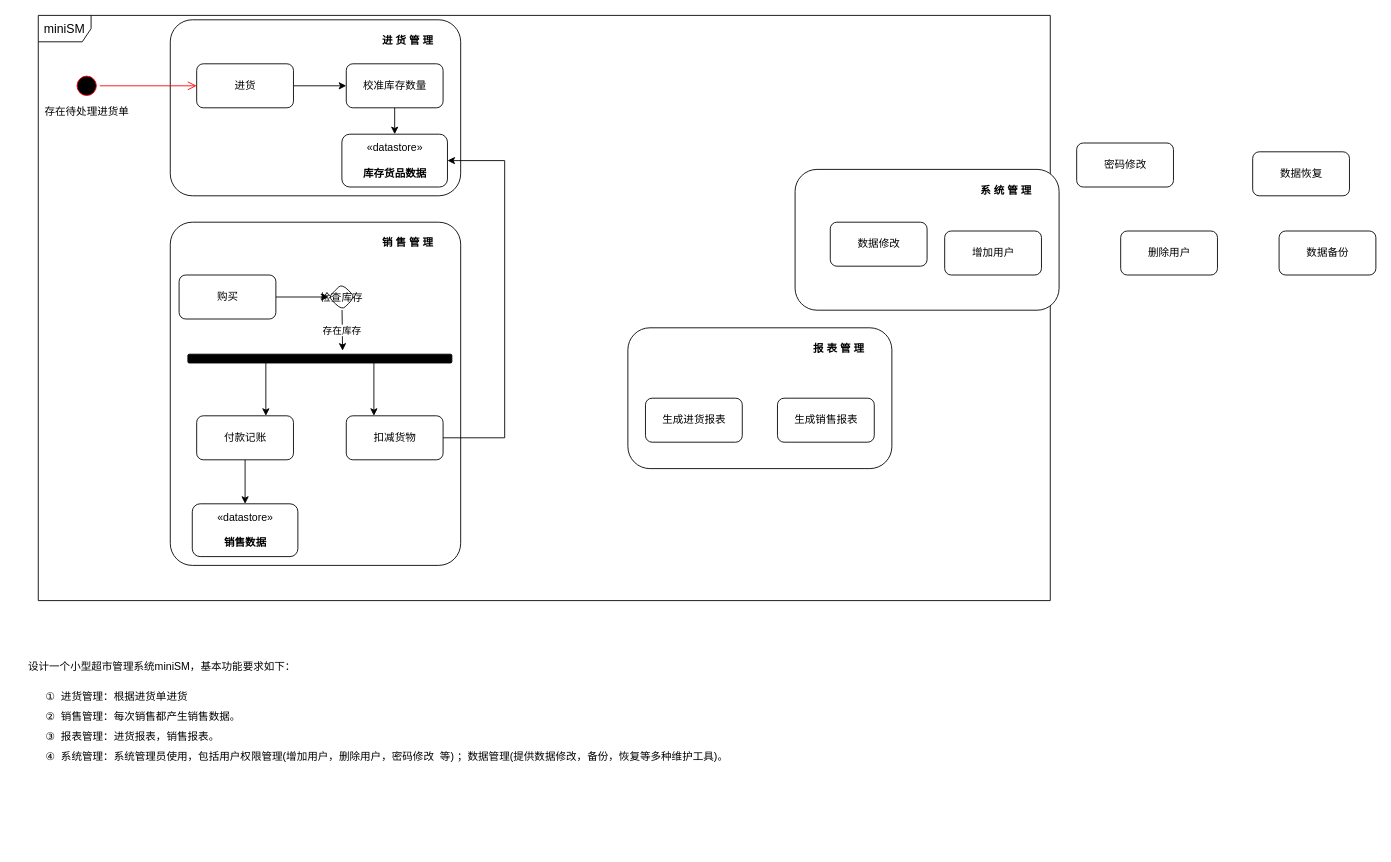
uiosun/diagrams keeps this draw.io diagram as page "第 5 页" (5 of 5) of 结构分析.drawio. Above is the earlier version. Source tidied: cells renumbered, new cells numbered last; positions are measured from the earlier drawing's top-left corner, leaving out a move shared by most shapes. Both pictures are drawn from the tidied source at 88%, with x=0, y=0 at pixel (15, 15).
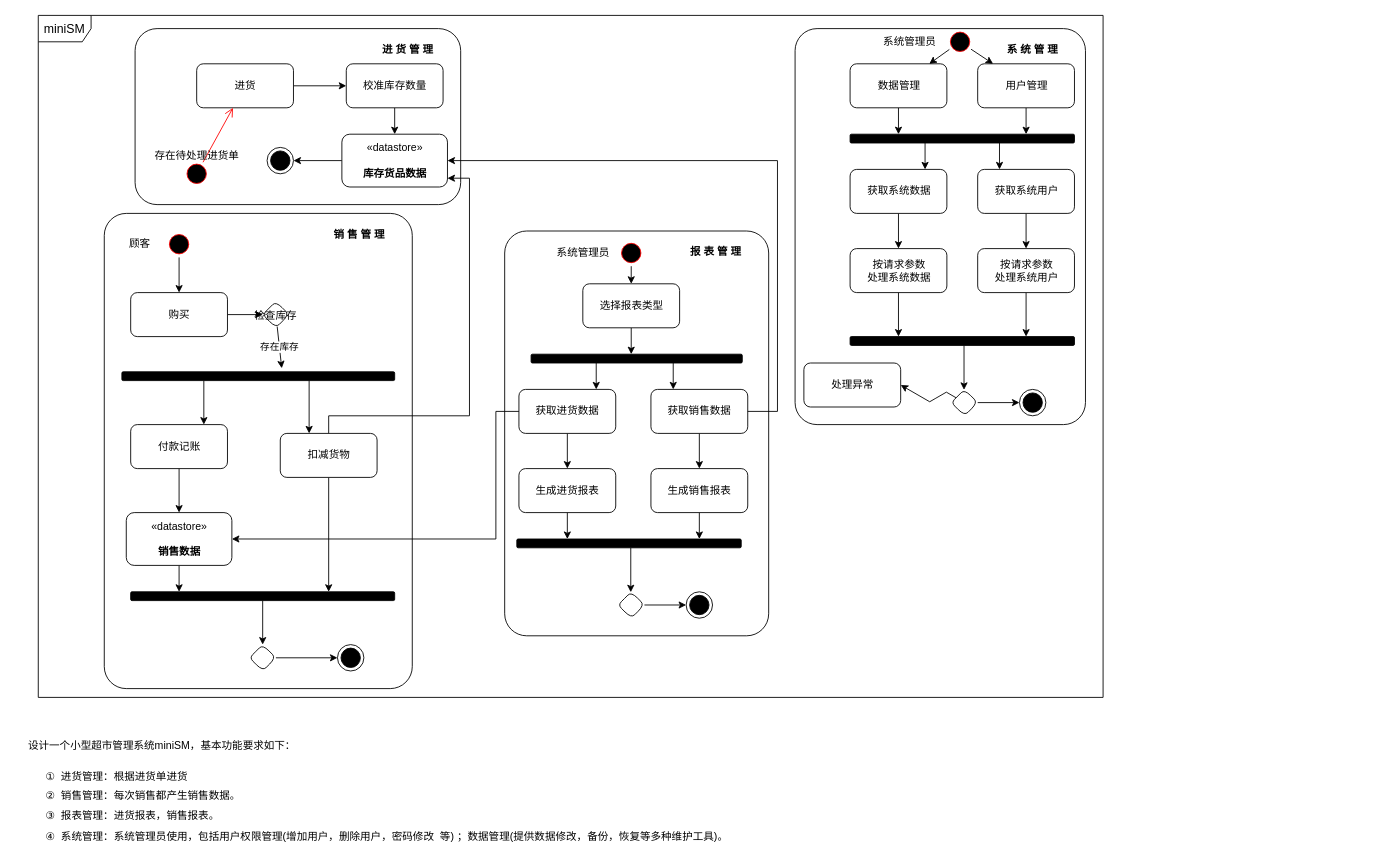
Above is the later version.

Commit message:
更新结构分析.drawio

The change refers to these unchanged cells:
```xml
<mxCell id="12" value="进货" style="html=1;rounded=1;" parent="1" vertex="1">
  <mxGeometry x="206" y="55" width="110" height="50" as="geometry" />
</mxCell>
<mxCell id="20" value="«datastore»&lt;br&gt;&lt;br&gt;&lt;b&gt;库存货品数据&lt;/b&gt;" style="html=1;align=center;verticalAlign=middle;dashed=0;rounded=1;" parent="1" vertex="1">
  <mxGeometry x="371" y="135" width="120" height="60" as="geometry" />
</mxCell>
```

What changed in the source:
```diff
@@
     <mxCell id="2" value="&lt;span style=&quot;font-size:10.5pt;font-family:&lt;br/&gt;&amp;quot;Times New Roman&amp;quot;,serif;mso-fareast-font-family:宋体;mso-font-kerning:1.0pt;&lt;br/&gt;mso-ansi-language:EN-US;mso-fareast-language:ZH-CN;mso-bidi-language:AR-SA&quot; lang=&quot;EN-US&quot;&gt;miniSM&lt;/span&gt;" style="shape=umlFrame;whiteSpace=wrap;html=1;" parent="1" vertex="1">
-      <mxGeometry x="26" width="1150" height="665" as="geometry" />
+      <mxGeometry x="26" width="1210" height="775" as="geometry" />
     </mxCell>
     <mxCell id="3" value="&lt;p style=&quot;text-align: left; line-height: 70%;&quot; class=&quot;MsoNormal&quot;&gt;&lt;span&gt;设计一个小型超市管理系统&lt;/span&gt;&lt;span lang=&quot;EN-US&quot;&gt;miniSM&lt;/span&gt;&lt;span&gt;，基本功能要求如下：&lt;/span&gt;&lt;/p&gt;&lt;br&gt;&lt;p style=&quot;text-align: left; margin: 0cm -17.95pt 0.0001pt 15pt; line-height: 70%;&quot; class=&quot;MsoNormal&quot;&gt;&lt;span&gt;①&lt;span lang=&quot;EN-US&quot;&gt;&amp;nbsp; &lt;/span&gt;进货管理：根据进货单进货&lt;/span&gt;&lt;/p&gt;&lt;br&gt;&lt;p style=&quot;text-align: left; margin: 0cm -17.95pt 0.0001pt 15pt; line-height: 70%;&quot; class=&quot;MsoNormal&quot;&gt;&lt;span&gt;②&lt;span lang=&quot;EN-US&quot;&gt;&amp;nbsp; &lt;/span&gt;销售管理：每次销售都产生销售数据。&lt;span lang=&quot;EN-US&quot;&gt;&lt;/span&gt;&lt;/span&gt;&lt;/p&gt;&lt;br&gt;&lt;p style=&quot;text-align: left; margin: 0cm -17.95pt 0.0001pt 15pt; line-height: 70%;&quot; class=&quot;MsoNormal&quot;&gt;&lt;span&gt;③&lt;span lang=&quot;EN-US&quot;&gt;&amp;nbsp; &lt;/span&gt;报表管理：进货报表，销售报表。&lt;span lang=&quot;EN-US&quot;&gt;&lt;/span&gt;&lt;/span&gt;&lt;/p&gt;&lt;br&gt;&lt;p style=&quot;text-align: left; margin: 0cm -17.95pt 0.0001pt 15pt; line-height: 70%;&quot; class=&quot;MsoNormal&quot;&gt;&lt;span&gt;④&lt;span lang=&quot;EN-US&quot;&gt;&amp;nbsp; &lt;/span&gt;系统管理：系统管理员使用，包括用户权限管理&lt;span lang=&quot;EN-US&quot;&gt;(&lt;/span&gt;增加用户，删除用户，密码修改&lt;span lang=&quot;EN-US&quot;&gt;&amp;nbsp; &lt;/span&gt;等&lt;span lang=&quot;EN-US&quot;&gt;) &lt;/span&gt;；数据管理&lt;span lang=&quot;EN-US&quot;&gt;(&lt;/span&gt;提供数据修改，备份，恢复等多种维护工具&lt;span lang=&quot;EN-US&quot;&gt;)&lt;/span&gt;。&lt;/span&gt;&lt;/p&gt;" style="text;html=1;align=center;verticalAlign=middle;strokeColor=none;fillColor=none;" parent="1" vertex="1">
-      <mxGeometry y="715" width="800" height="140" as="geometry" />
+      <mxGeometry y="805" width="800" height="140" as="geometry" />
     </mxCell>
-    <mxCell id="4" style="ellipse;html=1;shape=startState;fillColor=#000000;strokeColor=#ff0000;" parent="1" vertex="1">
-      <mxGeometry x="66" y="65" width="30" height="30" as="geometry" />
-    </mxCell>
-    <mxCell id="5" value="存在待处理进货单" style="text;html=1;align=center;verticalAlign=middle;strokeColor=none;fillColor=none;" parent="1" vertex="1">
-      <mxGeometry x="21" y="95" width="120" height="30" as="geometry" />
-    </mxCell>
     <mxCell id="6" value="&lt;span style=&quot;font-weight: 700; text-align: center;&quot;&gt;系 统 管 理&lt;/span&gt;" style="html=1;align=right;verticalAlign=top;rounded=1;absoluteArcSize=1;arcSize=50;dashed=0;spacingTop=10;spacingRight=30;" parent="1" vertex="1">
-      <mxGeometry x="886" y="175" width="300" height="160" as="geometry" />
+      <mxGeometry x="886" y="15" width="330" height="450" as="geometry" />
     </mxCell>
     <mxCell id="7" value="&lt;span style=&quot;font-weight: 700; text-align: center;&quot;&gt;报 表 管 理&lt;/span&gt;" style="html=1;align=right;verticalAlign=top;rounded=1;absoluteArcSize=1;arcSize=50;dashed=0;spacingTop=10;spacingRight=30;" parent="1" vertex="1">
-      <mxGeometry x="696" y="355" width="300" height="160" as="geometry" />
+      <mxGeometry x="556" y="245" width="300" height="460" as="geometry" />
     </mxCell>
+    <mxCell id="36" style="edgeStyle=none;rounded=0;jettySize=auto;html=1;" parent="1" edge="1" source="8" target="60">
+      <mxGeometry relative="1" as="geometry" />
+    </mxCell>
-    <mxCell id="8" value="生成进货报表" style="html=1;rounded=1;" parent="1" vertex="1">
-      <mxGeometry x="716" y="435" width="110" height="50" as="geometry" />
+    <mxCell id="8" value="获取进货数据" style="html=1;rounded=1;" parent="1" vertex="1">
+      <mxGeometry x="572.2" y="425" width="110" height="50" as="geometry" />
     </mxCell>
+    <mxCell id="37" style="edgeStyle=none;rounded=0;jettySize=auto;html=1;" parent="1" edge="1" source="9" target="62">
+      <mxGeometry relative="1" as="geometry" />
+    </mxCell>
-    <mxCell id="9" value="生成销售报表" style="html=1;rounded=1;" parent="1" vertex="1">
-      <mxGeometry x="866" y="435" width="110" height="50" as="geometry" />
+    <mxCell id="9" value="获取销售数据" style="html=1;rounded=1;" parent="1" vertex="1">
+      <mxGeometry x="722.2" y="425" width="110" height="50" as="geometry" />
     </mxCell>
     <mxCell id="10" value="&lt;span style=&quot;font-weight: 700; text-align: center;&quot;&gt;进 货 管 理&lt;/span&gt;" style="html=1;align=right;verticalAlign=top;rounded=1;absoluteArcSize=1;arcSize=50;dashed=0;spacingTop=10;spacingRight=30;" parent="1" vertex="1">
-      <mxGeometry x="176" y="5" width="330" height="200" as="geometry" />
+      <mxGeometry x="136" y="15" width="370" height="200" as="geometry" />
     </mxCell>
@@
-    <mxCell id="13" style="edgeStyle=orthogonalEdgeStyle;html=1;verticalAlign=bottom;endArrow=open;endSize=8;strokeColor=#ff0000;rounded=0;" parent="1" edge="1" source="4" target="12">
+    <mxCell id="13" style="html=1;verticalAlign=bottom;endArrow=open;endSize=8;strokeColor=#ff0000;rounded=0;" parent="1" edge="1" source="4" target="12">
       <mxGeometry relative="1" as="geometry" />
     </mxCell>
@@
     <mxCell id="16" value="&lt;span style=&quot;font-weight: 700; text-align: center;&quot;&gt;销 售 管 理&lt;/span&gt;" style="html=1;align=right;verticalAlign=top;rounded=1;absoluteArcSize=1;arcSize=50;dashed=0;spacingTop=10;spacingRight=30;" parent="1" vertex="1">
-      <mxGeometry x="176" y="235" width="330" height="390" as="geometry" />
+      <mxGeometry x="101" y="225" width="350" height="540" as="geometry" />
     </mxCell>
@@
     <mxCell id="18" value="购买" style="html=1;rounded=1;" parent="1" vertex="1">
-      <mxGeometry x="186" y="295" width="110" height="50" as="geometry" />
+      <mxGeometry x="131" y="315" width="110" height="50" as="geometry" />
     </mxCell>
+    <mxCell id="38" style="edgeStyle=none;rounded=0;jettySize=auto;html=1;" parent="1" edge="1" source="19" target="45">
+      <mxGeometry relative="1" as="geometry" />
+    </mxCell>
     <mxCell id="19" value="«datastore»&lt;br&gt;&lt;br&gt;&lt;b&gt;销售数据&lt;/b&gt;" style="html=1;align=center;verticalAlign=middle;dashed=0;rounded=1;" parent="1" vertex="1">
-      <mxGeometry x="201" y="555" width="120" height="60" as="geometry" />
+      <mxGeometry x="126" y="565" width="120" height="60" as="geometry" />
     </mxCell>
+    <mxCell id="39" style="edgeStyle=none;rounded=0;jettySize=auto;html=1;" parent="1" edge="1" source="20" target="48">
+      <mxGeometry relative="1" as="geometry" />
+    </mxCell>
@@
+    <mxCell id="40" style="rounded=0;jettySize=auto;html=1;" parent="1" edge="1" source="21" target="67">
+      <mxGeometry relative="1" as="geometry" />
+    </mxCell>
-    <mxCell id="21" value="数据修改" style="html=1;rounded=1;" parent="1" vertex="1">
-      <mxGeometry x="926" y="235" width="110" height="50" as="geometry" />
+    <mxCell id="21" value="数据管理" style="html=1;rounded=1;" parent="1" vertex="1">
+      <mxGeometry x="948.5" y="55" width="110" height="50" as="geometry" />
     </mxCell>
+    <mxCell id="41" style="edgeStyle=none;rounded=0;jettySize=auto;html=1;" parent="1" edge="1" source="22" target="67">
+      <mxGeometry relative="1" as="geometry" />
+    </mxCell>
-    <mxCell id="22" value="增加用户" style="html=1;rounded=1;" parent="1" vertex="1">
-      <mxGeometry x="1056" y="245" width="110" height="50" as="geometry" />
+    <mxCell id="22" value="用户管理" style="html=1;rounded=1;" parent="1" vertex="1">
+      <mxGeometry x="1093.5" y="55" width="110" height="50" as="geometry" />
     </mxCell>
-    <mxCell id="23" value="删除用户" style="html=1;rounded=1;" parent="1" vertex="1">
-      <mxGeometry x="1256" y="245" width="110" height="50" as="geometry" />
-    </mxCell>
-    <mxCell id="24" value="密码修改" style="html=1;rounded=1;" parent="1" vertex="1">
-      <mxGeometry x="1206" y="145" width="110" height="50" as="geometry" />
-    </mxCell>
-    <mxCell id="25" value="数据备份" style="html=1;rounded=1;" parent="1" vertex="1">
-      <mxGeometry x="1436" y="245" width="110" height="50" as="geometry" />
-    </mxCell>
-    <mxCell id="26" value="数据恢复" style="html=1;rounded=1;" parent="1" vertex="1">
-      <mxGeometry x="1406" y="155" width="110" height="50" as="geometry" />
-    </mxCell>
@@
     <mxCell id="28" value="检查库存" style="rhombus;rounded=1;" parent="1" vertex="1">
-      <mxGeometry x="356" y="305" width="30" height="30" as="geometry" />
+      <mxGeometry x="281" y="325" width="30" height="30" as="geometry" />
     </mxCell>
     <mxCell id="29" style="edgeStyle=orthogonalEdgeStyle;rounded=0;jettySize=auto;html=1;" parent="1" edge="1" source="30" target="20">
       <mxGeometry relative="1" as="geometry">
         <Array as="points">
-          <mxPoint x="556" y="480" />
-          <mxPoint x="556" y="165" />
+          <mxPoint x="356" y="455" />
+          <mxPoint x="516" y="455" />
+          <mxPoint x="516" y="185" />
         </Array>
       </mxGeometry>
     </mxCell>
+    <mxCell id="42" style="edgeStyle=none;rounded=0;jettySize=auto;html=1;" parent="1" edge="1" source="30" target="45">
+      <mxGeometry relative="1" as="geometry" />
+    </mxCell>
     <mxCell id="30" value="扣减货物" style="html=1;rounded=1;" parent="1" vertex="1">
-      <mxGeometry x="376" y="455" width="110" height="50" as="geometry" />
+      <mxGeometry x="301" y="475" width="110" height="50" as="geometry" />
     </mxCell>
@@
     <mxCell id="32" value="付款记账" style="html=1;rounded=1;" parent="1" vertex="1">
-      <mxGeometry x="206" y="455" width="110" height="50" as="geometry" />
+      <mxGeometry x="131" y="465" width="110" height="50" as="geometry" />
     </mxCell>
@@
     <mxCell id="35" style="html=1;points=[];perimeter=orthogonalPerimeter;fillColor=strokeColor;rounded=1;direction=south;" parent="1" vertex="1">
-      <mxGeometry x="196" y="385" width="300" height="10" as="geometry" />
+      <mxGeometry x="121" y="405" width="310" height="10" as="geometry" />
     </mxCell>
+    <mxCell id="43" style="ellipse;html=1;shape=endState;fillColor=strokeColor;rounded=1;" parent="1" vertex="1">
+      <mxGeometry x="366" y="715" width="30" height="30" as="geometry" />
+    </mxCell>
+    <mxCell id="44" style="edgeStyle=none;rounded=0;jettySize=auto;html=1;" parent="1" edge="1" source="45" target="47">
+      <mxGeometry relative="1" as="geometry" />
+    </mxCell>
+    <mxCell id="45" style="html=1;points=[];perimeter=orthogonalPerimeter;fillColor=strokeColor;rounded=1;direction=south;" parent="1" vertex="1">
+      <mxGeometry x="131" y="655" width="300" height="10" as="geometry" />
+    </mxCell>
+    <mxCell id="46" style="edgeStyle=none;rounded=0;jettySize=auto;html=1;" parent="1" edge="1" source="47" target="43">
+      <mxGeometry relative="1" as="geometry" />
+    </mxCell>
+    <mxCell id="47" style="rhombus;rounded=1;" parent="1" vertex="1">
+      <mxGeometry x="266" y="715" width="30" height="30" as="geometry" />
+    </mxCell>
+    <mxCell id="48" style="ellipse;html=1;shape=endState;fillColor=strokeColor;rounded=1;" parent="1" vertex="1">
+      <mxGeometry x="286" y="150" width="30" height="30" as="geometry" />
+    </mxCell>
+    <mxCell id="4" style="ellipse;html=1;shape=startState;fillColor=#000000;strokeColor=#ff0000;" parent="1" vertex="1">
+      <mxGeometry x="191" y="165" width="30" height="30" as="geometry" />
+    </mxCell>
+    <mxCell id="5" value="存在待处理进货单" style="text;html=1;align=center;verticalAlign=middle;strokeColor=none;fillColor=none;" parent="1" vertex="1">
+      <mxGeometry x="146" y="145" width="120" height="30" as="geometry" />
+    </mxCell>
+    <mxCell id="49" style="edgeStyle=none;rounded=0;jettySize=auto;html=1;" parent="1" edge="1" source="50" target="52">
+      <mxGeometry relative="1" as="geometry" />
+    </mxCell>
+    <mxCell id="50" style="ellipse;html=1;shape=startState;fillColor=#000000;strokeColor=#ff0000;" parent="1" vertex="1">
+      <mxGeometry x="684.8" y="255" width="30" height="30" as="geometry" />
+    </mxCell>
+    <mxCell id="51" style="edgeStyle=none;rounded=0;jettySize=auto;html=1;" parent="1" edge="1" source="52" target="55">
+      <mxGeometry relative="1" as="geometry" />
+    </mxCell>
+    <mxCell id="52" value="选择报表类型" style="html=1;rounded=1;" parent="1" vertex="1">
+      <mxGeometry x="644.8" y="305" width="110" height="50" as="geometry" />
+    </mxCell>
+    <mxCell id="53" style="edgeStyle=none;rounded=0;jettySize=auto;html=1;" parent="1" edge="1" source="55" target="8">
+      <mxGeometry relative="1" as="geometry" />
+    </mxCell>
+    <mxCell id="54" style="edgeStyle=none;rounded=0;jettySize=auto;html=1;" parent="1" edge="1" source="55" target="9">
+      <mxGeometry relative="1" as="geometry" />
+    </mxCell>
+    <mxCell id="55" style="html=1;points=[];perimeter=orthogonalPerimeter;fillColor=strokeColor;rounded=1;direction=south;" parent="1" vertex="1">
+      <mxGeometry x="586" y="385" width="240" height="10" as="geometry" />
+    </mxCell>
+    <mxCell id="56" style="ellipse;html=1;shape=endState;fillColor=strokeColor;rounded=1;" parent="1" vertex="1">
+      <mxGeometry x="762.2" y="655" width="30" height="30" as="geometry" />
+    </mxCell>
+    <mxCell id="57" style="edgeStyle=none;rounded=0;jettySize=auto;html=1;" parent="1" edge="1" source="58" target="77">
+      <mxGeometry relative="1" as="geometry" />
+    </mxCell>
+    <mxCell id="58" style="html=1;points=[];perimeter=orthogonalPerimeter;fillColor=strokeColor;rounded=1;direction=south;" parent="1" vertex="1">
+      <mxGeometry x="569.8" y="595" width="255" height="10" as="geometry" />
+    </mxCell>
+    <mxCell id="59" style="edgeStyle=none;rounded=0;jettySize=auto;html=1;" parent="1" edge="1" source="60" target="58">
+      <mxGeometry relative="1" as="geometry" />
+    </mxCell>
+    <mxCell id="60" value="生成进货报表" style="html=1;rounded=1;" parent="1" vertex="1">
+      <mxGeometry x="572.2" y="515" width="110" height="50" as="geometry" />
+    </mxCell>
+    <mxCell id="61" style="edgeStyle=none;rounded=0;jettySize=auto;html=1;" parent="1" edge="1" source="62" target="58">
+      <mxGeometry relative="1" as="geometry" />
+    </mxCell>
+    <mxCell id="62" value="生成销售报表" style="html=1;rounded=1;" parent="1" vertex="1">
+      <mxGeometry x="722.2" y="515" width="110" height="50" as="geometry" />
+    </mxCell>
+    <mxCell id="63" style="edgeStyle=orthogonalEdgeStyle;rounded=0;jettySize=auto;html=1;" parent="1" edge="1" source="8" target="19">
+      <mxGeometry x="0.04" y="80" relative="1" as="geometry">
+        <Array as="points">
+          <mxPoint x="546" y="450" />
+          <mxPoint x="546" y="595" />
+        </Array>
+      </mxGeometry>
+    </mxCell>
+    <mxCell id="64" style="edgeStyle=orthogonalEdgeStyle;rounded=0;jettySize=auto;html=1;" parent="1" edge="1" source="9" target="20">
+      <mxGeometry relative="1" as="geometry">
+        <Array as="points">
+          <mxPoint x="866" y="450" />
+          <mxPoint x="866" y="165" />
+        </Array>
+      </mxGeometry>
+    </mxCell>
+    <mxCell id="65" style="edgeStyle=none;rounded=0;jettySize=auto;html=1;" parent="1" edge="1" source="67" target="69">
+      <mxGeometry relative="1" as="geometry" />
+    </mxCell>
+    <mxCell id="66" style="edgeStyle=none;rounded=0;jettySize=auto;html=1;" parent="1" edge="1" source="67" target="71">
+      <mxGeometry relative="1" as="geometry" />
+    </mxCell>
+    <mxCell id="67" style="html=1;points=[];perimeter=orthogonalPerimeter;fillColor=strokeColor;rounded=1;direction=south;" parent="1" vertex="1">
+      <mxGeometry x="948.5" y="135" width="255" height="10" as="geometry" />
+    </mxCell>
+    <mxCell id="68" style="edgeStyle=none;rounded=0;jettySize=auto;html=1;" parent="1" edge="1" source="69" target="75">
+      <mxGeometry relative="1" as="geometry" />
+    </mxCell>
+    <mxCell id="69" value="获取系统数据" style="html=1;rounded=1;" parent="1" vertex="1">
+      <mxGeometry x="948.5" y="175" width="110" height="50" as="geometry" />
+    </mxCell>
+    <mxCell id="70" style="edgeStyle=none;rounded=0;jettySize=auto;html=1;" parent="1" edge="1" source="71" target="73">
+      <mxGeometry relative="1" as="geometry" />
+    </mxCell>
+    <mxCell id="71" value="获取系统用户" style="html=1;rounded=1;" parent="1" vertex="1">
+      <mxGeometry x="1093.5" y="175" width="110" height="50" as="geometry" />
+    </mxCell>
+    <mxCell id="72" style="edgeStyle=none;rounded=0;jettySize=auto;html=1;" parent="1" edge="1" source="73" target="80">
+      <mxGeometry relative="1" as="geometry" />
+    </mxCell>
+    <mxCell id="73" value="按请求参数&lt;br&gt;处理系统用户" style="html=1;rounded=1;" parent="1" vertex="1">
+      <mxGeometry x="1093.5" y="265" width="110" height="50" as="geometry" />
+    </mxCell>
+    <mxCell id="74" style="edgeStyle=none;rounded=0;jettySize=auto;html=1;" parent="1" edge="1" source="75" target="80">
+      <mxGeometry relative="1" as="geometry" />
+    </mxCell>
+    <mxCell id="75" value="按请求参数&lt;br style=&quot;border-color: var(--border-color);&quot;&gt;处理系统数据" style="html=1;rounded=1;" parent="1" vertex="1">
+      <mxGeometry x="948.5" y="265" width="110" height="50" as="geometry" />
+    </mxCell>
+    <mxCell id="76" style="edgeStyle=none;rounded=0;jettySize=auto;html=1;" parent="1" edge="1" source="77" target="56">
+      <mxGeometry relative="1" as="geometry" />
+    </mxCell>
+    <mxCell id="77" style="rhombus;rounded=1;" parent="1" vertex="1">
+      <mxGeometry x="684.8" y="655" width="30" height="30" as="geometry" />
+    </mxCell>
+    <mxCell id="78" style="ellipse;html=1;shape=endState;fillColor=strokeColor;rounded=1;" parent="1" vertex="1">
+      <mxGeometry x="1141" y="425" width="30" height="30" as="geometry" />
+    </mxCell>
+    <mxCell id="79" style="edgeStyle=none;rounded=0;jettySize=auto;html=1;" parent="1" edge="1" source="80" target="83">
+      <mxGeometry relative="1" as="geometry" />
+    </mxCell>
+    <mxCell id="80" style="html=1;points=[];perimeter=orthogonalPerimeter;fillColor=strokeColor;rounded=1;direction=south;" parent="1" vertex="1">
+      <mxGeometry x="948.5" y="365" width="255" height="10" as="geometry" />
+    </mxCell>
+    <mxCell id="81" style="edgeStyle=none;rounded=0;jettySize=auto;html=1;" parent="1" edge="1" source="83" target="78">
+      <mxGeometry relative="1" as="geometry" />
+    </mxCell>
+    <mxCell id="82" style="edgeStyle=isometricEdgeStyle;rounded=0;jettySize=auto;html=1;elbow=vertical;entryX=1;entryY=0.5;entryDx=0;entryDy=0;" parent="1" edge="1" source="83" target="84">
+      <mxGeometry relative="1" as="geometry">
+        <Array as="points">
+          <mxPoint x="1046" y="435" />
+        </Array>
+      </mxGeometry>
+    </mxCell>
+    <mxCell id="83" style="rhombus;rounded=1;" parent="1" vertex="1">
+      <mxGeometry x="1063.5" y="425" width="30" height="30" as="geometry" />
+    </mxCell>
+    <mxCell id="84" value="处理异常" style="html=1;rounded=1;" parent="1" vertex="1">
+      <mxGeometry x="896" y="395" width="110" height="50" as="geometry" />
+    </mxCell>
+    <mxCell id="85" style="rounded=0;jettySize=auto;html=1;elbow=vertical;" parent="1" edge="1" source="87" target="21">
+      <mxGeometry relative="1" as="geometry" />
+    </mxCell>
+    <mxCell id="86" style="edgeStyle=none;rounded=0;jettySize=auto;html=1;elbow=vertical;" parent="1" edge="1" source="87" target="22">
+      <mxGeometry relative="1" as="geometry" />
+    </mxCell>
+    <mxCell id="87" style="ellipse;html=1;shape=startState;fillColor=#000000;strokeColor=#ff0000;" parent="1" vertex="1">
+      <mxGeometry x="1058.5" y="15" width="30" height="30" as="geometry" />
+    </mxCell>
+    <mxCell id="88" value="系统管理员" style="text;html=1;align=center;verticalAlign=middle;strokeColor=none;fillColor=none;" parent="1" vertex="1">
+      <mxGeometry x="976" y="15" width="80" height="30" as="geometry" />
+    </mxCell>
+    <mxCell id="89" value="系统管理员" style="text;html=1;align=center;verticalAlign=middle;strokeColor=none;fillColor=none;" parent="1" vertex="1">
+      <mxGeometry x="604.8" y="255" width="80" height="30" as="geometry" />
+    </mxCell>
+    <mxCell id="90" style="edgeStyle=none;rounded=0;jettySize=auto;html=1;elbow=vertical;" parent="1" edge="1" source="91" target="18">
+      <mxGeometry relative="1" as="geometry" />
+    </mxCell>
+    <mxCell id="91" style="ellipse;html=1;shape=startState;fillColor=#000000;strokeColor=#ff0000;" parent="1" vertex="1">
+      <mxGeometry x="171" y="245" width="30" height="30" as="geometry" />
+    </mxCell>
+    <mxCell id="92" value="顾客" style="text;html=1;align=center;verticalAlign=middle;strokeColor=none;fillColor=none;" parent="1" vertex="1">
+      <mxGeometry x="116" y="245" width="50" height="30" as="geometry" />
+    </mxCell>
```
